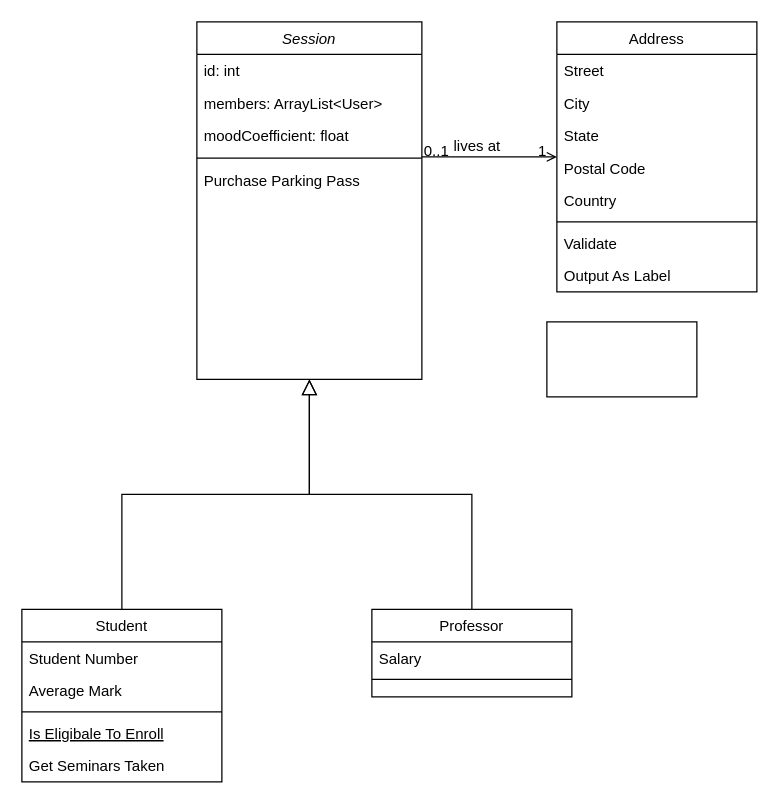
Earlier version of the draw.io diagram New folder/ClassDiagram.drawio (Warwick-CS261/Project). Source tidied: cells renumbered, new cells numbered last; positions are measured from the earlier drawing's top-left corner, leaving out a move shared by most shapes. Both pictures are drawn from the tidied source at 125%, with x=0, y=0 at pixel (21, 21).
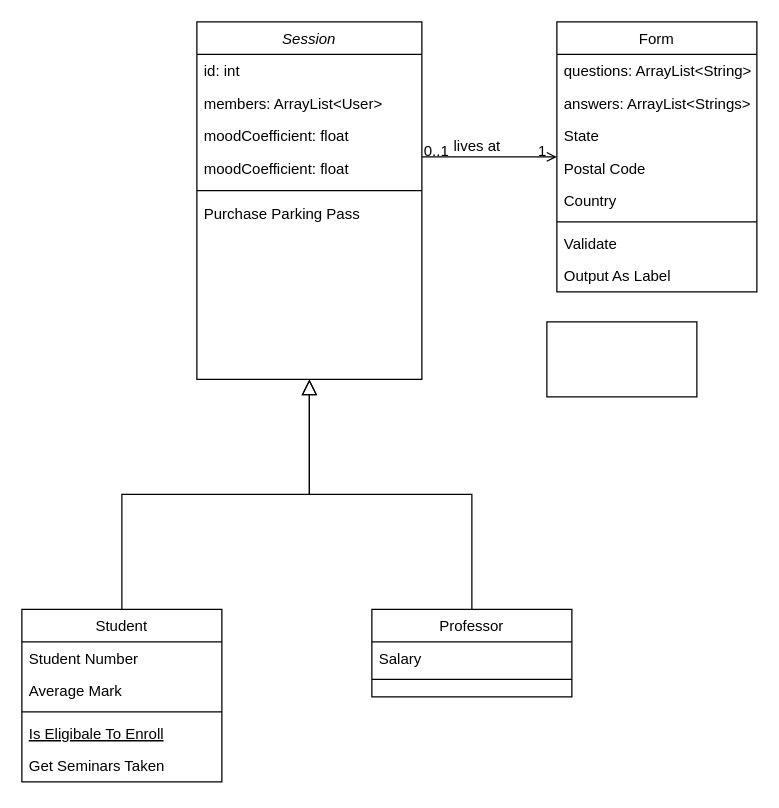
The same diagram, later.

The change refers to these unchanged cells:
```xml
<mxCell id="2" value="Session" style="swimlane;fontStyle=2;align=center;verticalAlign=top;horizontal=1;startSize=26;rounded=0;shadow=0;strokeWidth=1;" parent="1" vertex="1">
  <mxGeometry x="140" width="180" height="286" as="geometry" />
</mxCell>
```

Change to the diagram source:
```diff
@@
+    <mxCell id="33" value="moodCoefficient: float" style="text;align=left;verticalAlign=top;spacingLeft=4;spacingRight=4;overflow=hidden;rounded=0;shadow=0;html=0;" parent="2" vertex="1">
+      <mxGeometry y="104" width="180" height="26" as="geometry" />
+    </mxCell>
     <mxCell id="6" style="line;html=1;strokeWidth=1;align=left;verticalAlign=middle;spacingTop=-1;spacingLeft=3;spacingRight=3;labelPosition=right;" parent="2" vertex="1">
-      <mxGeometry y="104" width="180" height="10" as="geometry" />
+      <mxGeometry y="130" width="180" height="10" as="geometry" />
     </mxCell>
     <mxCell id="7" value="Purchase Parking Pass" style="text;align=left;verticalAlign=top;spacingLeft=4;spacingRight=4;overflow=hidden;" parent="2" vertex="1">
-      <mxGeometry y="114" width="180" height="26" as="geometry" />
+      <mxGeometry y="140" width="180" height="26" as="geometry" />
     </mxCell>
@@
-    <mxCell id="19" value="Address" style="swimlane;fontStyle=0;align=center;verticalAlign=top;horizontal=1;startSize=26;rounded=0;shadow=0;strokeWidth=1;" parent="1" vertex="1">
+    <mxCell id="19" value="Form" style="swimlane;fontStyle=0;align=center;verticalAlign=top;horizontal=1;startSize=26;rounded=0;shadow=0;strokeWidth=1;" parent="1" vertex="1">
       <mxGeometry x="428" width="160" height="216" as="geometry" />
     </mxCell>
-    <mxCell id="20" value="Street" style="text;align=left;verticalAlign=top;spacingLeft=4;spacingRight=4;overflow=hidden;" parent="19" vertex="1">
+    <mxCell id="20" value="questions: ArrayList&lt;String&gt;" style="text;align=left;verticalAlign=top;spacingLeft=4;spacingRight=4;overflow=hidden;" parent="19" vertex="1">
       <mxGeometry y="26" width="160" height="26" as="geometry" />
     </mxCell>
-    <mxCell id="21" value="City" style="text;align=left;verticalAlign=top;spacingLeft=4;spacingRight=4;overflow=hidden;rounded=0;shadow=0;html=0;" parent="19" vertex="1">
+    <mxCell id="21" value="answers: ArrayList&lt;Strings&gt;" style="text;align=left;verticalAlign=top;spacingLeft=4;spacingRight=4;overflow=hidden;rounded=0;shadow=0;html=0;" parent="19" vertex="1">
       <mxGeometry y="52" width="160" height="26" as="geometry" />
     </mxCell>
```
